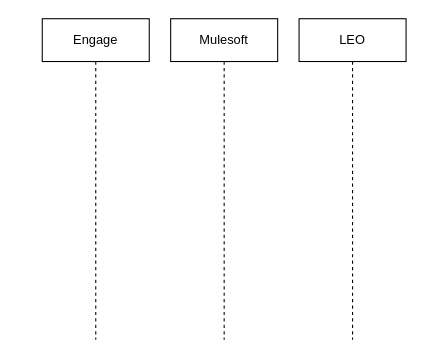
Before: Opella-LEO.drawio in abarrow/awesome-project, a draw.io diagram. Source tidied: cells renumbered, new cells numbered last; positions are measured from the earlier drawing's top-left corner, leaving out a move shared by most shapes. Both pictures are drawn from the tidied source at 107%, with x=0, y=0 at pixel (42, 18).
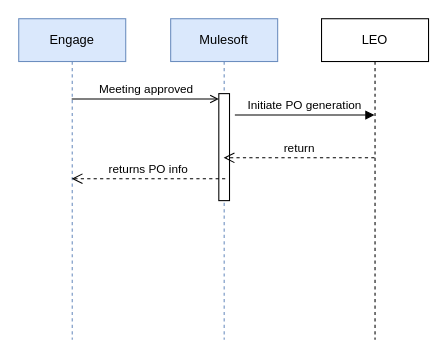
After the change.

The edit, as a diff of the source:
```diff
@@
 <mxGraphModel>
   <root>
     <mxCell id="0" />
     <mxCell id="1" parent="0" />
-    <mxCell id="2" value="Engage" style="shape=umlLifeline;perimeter=lifelinePerimeter;whiteSpace=wrap;html=1;outlineConnect=0;portConstraint=eastwest;newEdgeStyle={&quot;edgeStyle&quot;:&quot;elbowEdgeStyle&quot;,&quot;elbow&quot;:&quot;vertical&quot;,&quot;curved&quot;:0,&quot;rounded&quot;:0};" parent="1" vertex="1">
-      <mxGeometry width="100" height="300" as="geometry" />
+    <mxCell id="2" value="Engage" style="shape=umlLifeline;perimeter=lifelinePerimeter;whiteSpace=wrap;html=1;outlineConnect=0;portConstraint=eastwest;newEdgeStyle={&quot;edgeStyle&quot;:&quot;elbowEdgeStyle&quot;,&quot;elbow&quot;:&quot;vertical&quot;,&quot;curved&quot;:0,&quot;rounded&quot;:0};fillColor=#dae8fc;strokeColor=#6c8ebf;" parent="1" vertex="1">
+      <mxGeometry x="-22" width="100" height="300" as="geometry" />
     </mxCell>
-    <mxCell id="3" value="Mulesoft" style="shape=umlLifeline;perimeter=lifelinePerimeter;whiteSpace=wrap;html=1;newEdgeStyle={&quot;edgeStyle&quot;:&quot;elbowEdgeStyle&quot;,&quot;elbow&quot;:&quot;vertical&quot;,&quot;curved&quot;:0,&quot;rounded&quot;:0};" parent="1" vertex="1">
+    <mxCell id="3" value="Mulesoft" style="shape=umlLifeline;perimeter=lifelinePerimeter;whiteSpace=wrap;html=1;newEdgeStyle={&quot;edgeStyle&quot;:&quot;elbowEdgeStyle&quot;,&quot;elbow&quot;:&quot;vertical&quot;,&quot;curved&quot;:0,&quot;rounded&quot;:0};fillColor=#dae8fc;strokeColor=#6c8ebf;" parent="1" vertex="1">
       <mxGeometry x="120" width="100" height="300" as="geometry" />
     </mxCell>
+    <mxCell id="5" style="html=1;points=[[0,0,0,0,5],[0,1,0,0,-5],[1,0,0,0,5],[1,1,0,0,-5]];perimeter=orthogonalPerimeter;outlineConnect=0;targetShapes=umlLifeline;portConstraint=eastwest;newEdgeStyle={&quot;curved&quot;:0,&quot;rounded&quot;:0};" parent="3" vertex="1">
+      <mxGeometry x="45" y="70" width="10" height="100" as="geometry" />
+    </mxCell>
     <mxCell id="4" value="LEO" style="shape=umlLifeline;perimeter=lifelinePerimeter;whiteSpace=wrap;html=1;outlineConnect=0;portConstraint=eastwest;newEdgeStyle={&quot;edgeStyle&quot;:&quot;elbowEdgeStyle&quot;,&quot;elbow&quot;:&quot;vertical&quot;,&quot;curved&quot;:0,&quot;rounded&quot;:0};" parent="1" vertex="1">
-      <mxGeometry x="240" width="100" height="300" as="geometry" />
+      <mxGeometry x="261" width="100" height="300" as="geometry" />
     </mxCell>
+    <mxCell id="6" value="Meeting approved" style="html=1;verticalAlign=bottom;endArrow=open;curved=0;rounded=0;entryX=0;entryY=0;entryDx=0;entryDy=5;endFill=0;" parent="1" edge="1" source="2" target="5">
+      <mxGeometry relative="1" as="geometry" />
+    </mxCell>
+    <mxCell id="7" value="Initiate PO generation" style="html=1;verticalAlign=bottom;endArrow=block;curved=0;rounded=0;" parent="1" edge="1" target="4">
+      <mxGeometry relative="1" as="geometry">
+        <mxPoint x="180" y="90" as="sourcePoint" />
+      </mxGeometry>
+    </mxCell>
+    <mxCell id="8" value="return" style="html=1;verticalAlign=bottom;endArrow=open;dashed=1;endSize=8;curved=0;rounded=0;" parent="1" edge="1">
+      <mxGeometry relative="1" as="geometry">
+        <mxPoint x="310.5" y="130" as="sourcePoint" />
+        <mxPoint x="169.5" y="130" as="targetPoint" />
+      </mxGeometry>
+    </mxCell>
+    <mxCell id="9" value="returns PO info" style="html=1;verticalAlign=bottom;endArrow=open;dashed=1;endSize=8;curved=0;rounded=0;" parent="1" edge="1" target="2">
+      <mxGeometry relative="1" as="geometry">
+        <mxPoint x="171" y="149.5" as="sourcePoint" />
+      </mxGeometry>
+    </mxCell>
   </root>
 </mxGraphModel>
```
